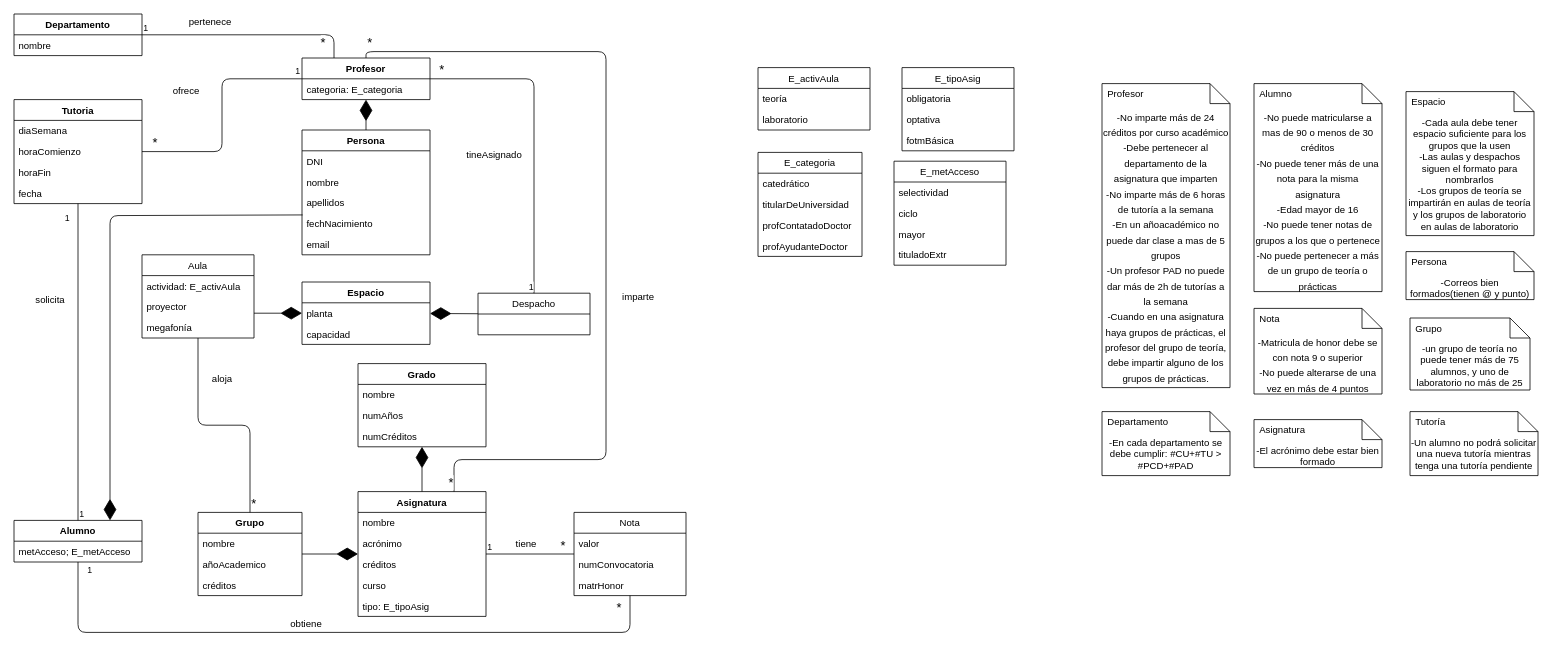
This is Untitled Diagram.drawio from albertobemo7/Draw.io, a draw.io file, before an edit. Source tidied: cells renumbered, new cells numbered last; positions are measured from the earlier drawing's top-left corner, leaving out a move shared by most shapes. Both pictures are drawn from the tidied source at 80%, with x=0, y=0 at pixel (14, 14).
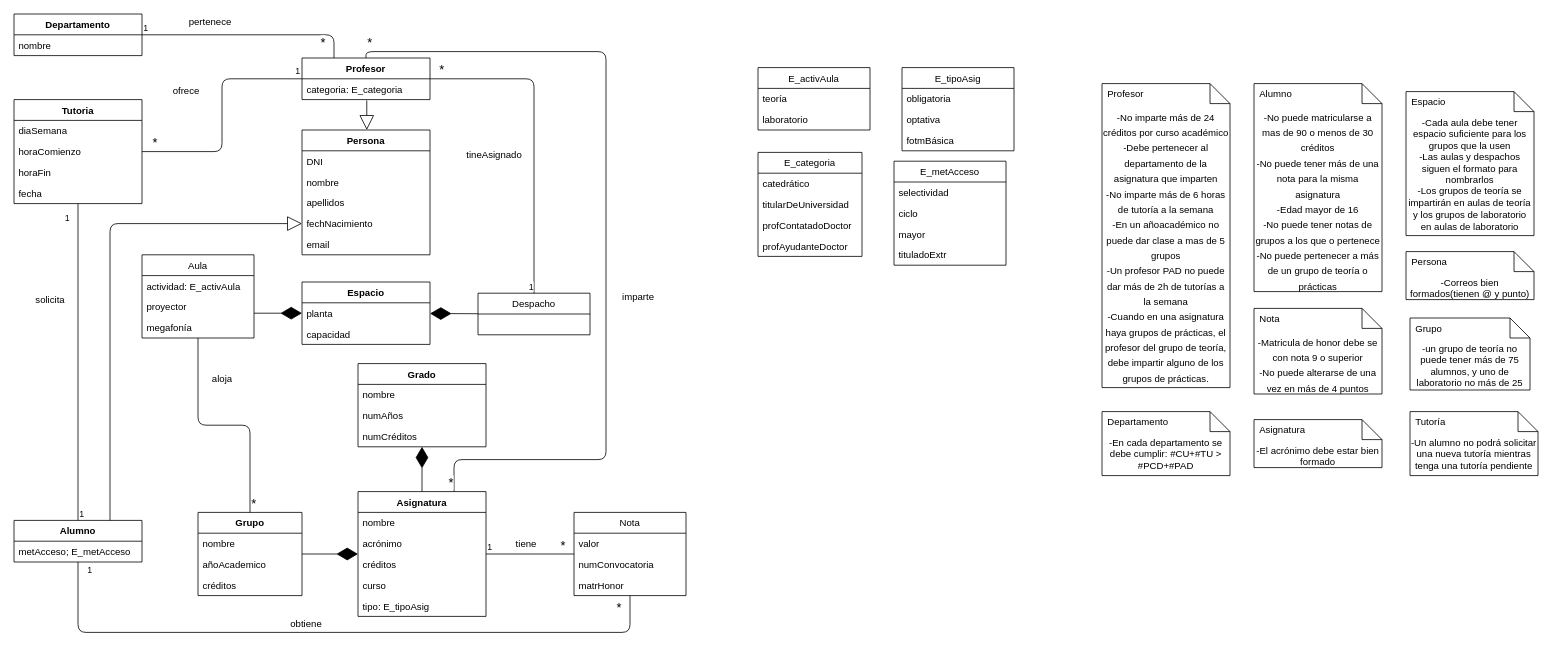
Above is the later version.

The change refers to these unchanged cells:
```xml
<mxCell id="2" value="Alumno" style="swimlane;fontStyle=1;align=center;verticalAlign=top;horizontal=1;startSize=26;" parent="1" vertex="1">
  <mxGeometry y="633" width="160" height="52" as="geometry" />
</mxCell>
<mxCell id="23" value="Profesor" style="swimlane;fontStyle=1;align=center;verticalAlign=top;horizontal=1;startSize=26;" parent="1" vertex="1">
  <mxGeometry x="360" y="55" width="160" height="52" as="geometry" />
</mxCell>
<mxCell id="24" value="categoria: E_categoria" style="text;strokeColor=none;fillColor=none;align=left;verticalAlign=top;spacingLeft=4;spacingRight=4;overflow=hidden;points=[[0,0.5],[1,0.5]];portConstraint=eastwest;" parent="23" vertex="1">
  <mxGeometry y="26" width="160" height="26" as="geometry" />
</mxCell>
<mxCell id="91" value="Persona" style="swimlane;fontStyle=1;align=center;verticalAlign=top;horizontal=1;startSize=26;" parent="1" vertex="1">
  <mxGeometry x="360" y="145" width="160" height="156" as="geometry" />
</mxCell>
<mxCell id="95" value="fechNacimiento" style="text;strokeColor=none;fillColor=none;align=left;verticalAlign=top;spacingLeft=4;spacingRight=4;overflow=hidden;points=[[0,0.5],[1,0.5]];portConstraint=eastwest;" parent="91" vertex="1">
  <mxGeometry y="104" width="160" height="26" as="geometry" />
</mxCell>
```

Diff of the diagram source:
```diff
@@
-    <mxCell id="97" style="endArrow=diamondThin;endFill=1;endSize=24;html=1;" parent="1" edge="1" source="91" target="23">
-      <mxGeometry relative="1" as="geometry" />
-    </mxCell>
-    <mxCell id="98" style="endArrow=diamondThin;endFill=1;endSize=24;html=1;exitX=0.005;exitY=0.083;exitDx=0;exitDy=0;exitPerimeter=0;entryX=0.75;entryY=0;entryDx=0;entryDy=0;" parent="1" edge="1" source="95" target="2">
-      <mxGeometry relative="1" as="geometry">
-        <Array as="points">
-          <mxPoint x="120" y="252" />
-        </Array>
-      </mxGeometry>
-    </mxCell>
@@
+    <mxCell id="117" style="endArrow=block;endSize=16;endFill=0;html=1;exitX=0.75;exitY=0;exitDx=0;exitDy=0;entryX=0;entryY=0.5;entryDx=0;entryDy=0;" parent="1" edge="1" source="2" target="95">
+      <mxGeometry relative="1" as="geometry">
+        <Array as="points">
+          <mxPoint x="120" y="262" />
+        </Array>
+      </mxGeometry>
+    </mxCell>
+    <mxCell id="118" style="endArrow=block;endSize=16;endFill=0;html=1;exitX=0.506;exitY=1.038;exitDx=0;exitDy=0;exitPerimeter=0;" parent="1" edge="1" source="24">
+      <mxGeometry relative="1" as="geometry">
+        <mxPoint x="441" y="145" as="targetPoint" />
+      </mxGeometry>
+    </mxCell>
```
